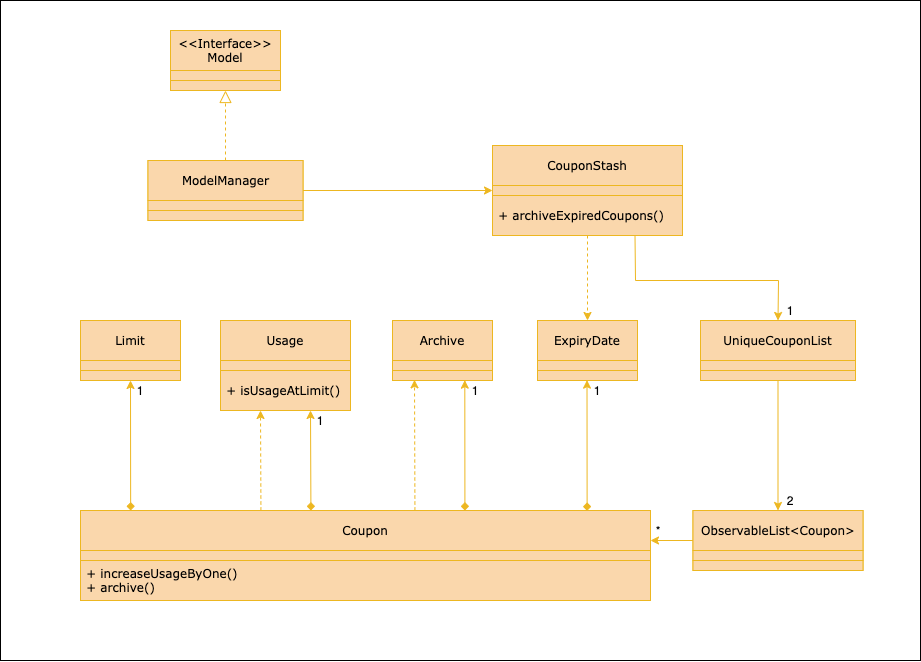
Before: docs/images/ArchivingClassDiagram.png, a diagram exported from draw.io (nus-cs2103-AY1920S2/addressbook-level3). Source tidied: cells renumbered, new cells last; positions are measured from the earlier drawing's top-left corner, leaving out a move shared by most shapes. Its diagram source:
```xml
<mxGraphModel background="#ffffff">
  <root>
    <mxCell id="0" />
    <mxCell id="1" parent="0" />
    <mxCell id="2" value="t" style="rounded=0;whiteSpace=wrap;html=1;fontFamily=Verdana;" parent="1" vertex="1">
      <mxGeometry width="920" height="660" as="geometry" />
    </mxCell>
    <mxCell id="3" value="&amp;lt;&amp;lt;Interface&amp;gt;&amp;gt;&lt;br&gt;Model" style="text;html=1;strokeColor=#EDB721;fillColor=#fad7ac;align=center;verticalAlign=middle;whiteSpace=wrap;rounded=0;fontFamily=Verdana;shadow=0;" parent="1" vertex="1">
      <mxGeometry x="170" y="30" width="110" height="40" as="geometry" />
    </mxCell>
    <mxCell id="4" style="endArrow=block;html=1;fontColor=#FFFFFF;entryX=0.5;entryY=1;entryDx=0;entryDy=0;endFill=0;startSize=7;endSize=10;fontFamily=Verdana;dashed=1;fillColor=#fad7ac;strokeColor=#EDB721;shadow=0;" parent="1" edge="1" target="7">
      <mxGeometry relative="1" as="geometry">
        <mxPoint x="225" y="160" as="sourcePoint" />
      </mxGeometry>
    </mxCell>
    <mxCell id="5" style="endArrow=classic;html=1;fontColor=#FFFFFF;exitX=1;exitY=0.75;exitDx=0;exitDy=0;fontFamily=Verdana;entryX=0;entryY=0.5;entryDx=0;entryDy=0;fillColor=#fad7ac;strokeColor=#EDB721;shadow=0;" parent="1" edge="1" source="13" target="10">
      <mxGeometry relative="1" as="geometry" />
    </mxCell>
    <mxCell id="6" style="text;html=1;strokeColor=#EDB721;fillColor=#fad7ac;align=center;verticalAlign=middle;whiteSpace=wrap;rounded=0;fontFamily=Verdana;shadow=0;" parent="1" vertex="1">
      <mxGeometry x="170" y="70" width="110" height="10" as="geometry" />
    </mxCell>
    <mxCell id="7" style="text;html=1;strokeColor=#EDB721;fillColor=#fad7ac;align=center;verticalAlign=middle;whiteSpace=wrap;rounded=0;fontFamily=Verdana;shadow=0;" parent="1" vertex="1">
      <mxGeometry x="170" y="80" width="110" height="10" as="geometry" />
    </mxCell>
    <mxCell id="8" style="group;fillColor=#fad7ac;strokeColor=#EDB721;shadow=0;" parent="1" vertex="1">
      <mxGeometry x="492" y="145" width="190" height="90" as="geometry" />
    </mxCell>
    <mxCell id="9" value="CouponStash" style="text;html=1;strokeColor=#EDB721;fillColor=#fad7ac;align=center;verticalAlign=middle;whiteSpace=wrap;rounded=0;fontFamily=Verdana;shadow=0;" parent="8" vertex="1">
      <mxGeometry width="190" height="40" as="geometry" />
    </mxCell>
    <mxCell id="10" style="text;html=1;strokeColor=#EDB721;fillColor=#fad7ac;align=center;verticalAlign=middle;whiteSpace=wrap;rounded=0;fontFamily=Verdana;shadow=0;" parent="8" vertex="1">
      <mxGeometry y="40" width="190" height="10" as="geometry" />
    </mxCell>
    <mxCell id="11" value="&amp;nbsp;+ archiveExpiredCoupons()" style="text;html=1;strokeColor=#EDB721;fillColor=#fad7ac;align=left;verticalAlign=middle;whiteSpace=wrap;rounded=0;fontFamily=Verdana;shadow=0;" parent="8" vertex="1">
      <mxGeometry y="50" width="190" height="40" as="geometry" />
    </mxCell>
    <mxCell id="12" style="group;fillColor=#fad7ac;strokeColor=#EDB721;shadow=0;" parent="1" vertex="1">
      <mxGeometry x="147.5" y="160" width="155" height="60" as="geometry" />
    </mxCell>
    <mxCell id="13" value="ModelManager" style="text;html=1;strokeColor=#EDB721;fillColor=#fad7ac;align=center;verticalAlign=middle;whiteSpace=wrap;rounded=0;fontFamily=Verdana;shadow=0;" parent="12" vertex="1">
      <mxGeometry width="155" height="40" as="geometry" />
    </mxCell>
    <mxCell id="14" style="text;html=1;strokeColor=#EDB721;fillColor=#fad7ac;align=center;verticalAlign=middle;whiteSpace=wrap;rounded=0;fontFamily=Verdana;shadow=0;" parent="12" vertex="1">
      <mxGeometry y="40" width="155" height="10" as="geometry" />
    </mxCell>
    <mxCell id="15" style="text;html=1;strokeColor=#EDB721;fillColor=#fad7ac;align=center;verticalAlign=middle;whiteSpace=wrap;rounded=0;fontFamily=Verdana;shadow=0;" parent="12" vertex="1">
      <mxGeometry y="50" width="155" height="10" as="geometry" />
    </mxCell>
    <mxCell id="16" style="group;fillColor=#fad7ac;strokeColor=#EDB721;shadow=0;" parent="1" vertex="1">
      <mxGeometry x="700" y="320" width="155" height="60" as="geometry" />
    </mxCell>
    <mxCell id="17" value="UniqueCouponList" style="text;html=1;strokeColor=#EDB721;fillColor=#fad7ac;align=center;verticalAlign=middle;whiteSpace=wrap;rounded=0;fontFamily=Verdana;shadow=0;" parent="16" vertex="1">
      <mxGeometry width="155" height="40" as="geometry" />
    </mxCell>
    <mxCell id="18" style="text;html=1;strokeColor=#EDB721;fillColor=#fad7ac;align=center;verticalAlign=middle;whiteSpace=wrap;rounded=0;fontFamily=Verdana;shadow=0;" parent="16" vertex="1">
      <mxGeometry y="40" width="155" height="10" as="geometry" />
    </mxCell>
    <mxCell id="19" style="text;html=1;strokeColor=#EDB721;fillColor=#fad7ac;align=center;verticalAlign=middle;whiteSpace=wrap;rounded=0;fontFamily=Verdana;shadow=0;" parent="16" vertex="1">
      <mxGeometry y="50" width="155" height="10" as="geometry" />
    </mxCell>
    <mxCell id="20" style="endArrow=classic;html=1;fontColor=#FFFFFF;exitX=0.75;exitY=1;exitDx=0;exitDy=0;fontFamily=Verdana;entryX=0.5;entryY=0;entryDx=0;entryDy=0;fillColor=#fad7ac;strokeColor=#EDB721;rounded=0;shadow=0;" parent="1" edge="1" source="11" target="17">
      <mxGeometry relative="1" as="geometry">
        <Array as="points">
          <mxPoint x="635" y="280" />
          <mxPoint x="778" y="280" />
        </Array>
      </mxGeometry>
    </mxCell>
    <mxCell id="21" style="group;fillColor=#fad7ac;strokeColor=#EDB721;shadow=0;" parent="1" vertex="1">
      <mxGeometry x="537" y="320" width="100" height="60" as="geometry" />
    </mxCell>
    <mxCell id="22" value="ExpiryDate" style="text;html=1;strokeColor=#EDB721;fillColor=#fad7ac;align=center;verticalAlign=middle;whiteSpace=wrap;rounded=0;fontFamily=Verdana;shadow=0;" parent="21" vertex="1">
      <mxGeometry width="100" height="40" as="geometry" />
    </mxCell>
    <mxCell id="23" style="text;html=1;strokeColor=#EDB721;fillColor=#fad7ac;align=center;verticalAlign=middle;whiteSpace=wrap;rounded=0;fontFamily=Verdana;shadow=0;" parent="21" vertex="1">
      <mxGeometry y="40" width="100" height="10" as="geometry" />
    </mxCell>
    <mxCell id="24" style="text;html=1;strokeColor=#EDB721;fillColor=#fad7ac;align=center;verticalAlign=middle;whiteSpace=wrap;rounded=0;fontFamily=Verdana;shadow=0;" parent="21" vertex="1">
      <mxGeometry y="50" width="100" height="10" as="geometry" />
    </mxCell>
    <mxCell id="25" style="endArrow=classic;html=1;fontColor=#FFFFFF;exitX=0.5;exitY=1;exitDx=0;exitDy=0;fontFamily=Verdana;fillColor=#fad7ac;strokeColor=#EDB721;dashed=1;shadow=0;" parent="1" edge="1" source="11" target="22">
      <mxGeometry relative="1" as="geometry" />
    </mxCell>
    <mxCell id="26" style="group;fillColor=#fad7ac;strokeColor=#EDB721;shadow=0;" parent="1" vertex="1">
      <mxGeometry x="392" y="320" width="100" height="60" as="geometry" />
    </mxCell>
    <mxCell id="27" value="Archive" style="text;html=1;strokeColor=#EDB721;fillColor=#fad7ac;align=center;verticalAlign=middle;whiteSpace=wrap;rounded=0;fontFamily=Verdana;shadow=0;" parent="26" vertex="1">
      <mxGeometry width="100" height="40" as="geometry" />
    </mxCell>
    <mxCell id="28" style="text;html=1;strokeColor=#EDB721;fillColor=#fad7ac;align=center;verticalAlign=middle;whiteSpace=wrap;rounded=0;fontFamily=Verdana;shadow=0;" parent="26" vertex="1">
      <mxGeometry y="40" width="100" height="10" as="geometry" />
    </mxCell>
    <mxCell id="29" style="text;html=1;strokeColor=#EDB721;fillColor=#fad7ac;align=center;verticalAlign=middle;whiteSpace=wrap;rounded=0;fontFamily=Verdana;shadow=0;" parent="26" vertex="1">
      <mxGeometry y="50" width="100" height="10" as="geometry" />
    </mxCell>
    <mxCell id="30" style="group;fillColor=#fad7ac;strokeColor=#EDB721;shadow=0;" parent="1" vertex="1">
      <mxGeometry x="220" y="320" width="130" height="90" as="geometry" />
    </mxCell>
    <mxCell id="31" value="Usage" style="text;html=1;strokeColor=#EDB721;fillColor=#fad7ac;align=center;verticalAlign=middle;whiteSpace=wrap;rounded=0;fontFamily=Verdana;shadow=0;" parent="30" vertex="1">
      <mxGeometry width="130" height="40" as="geometry" />
    </mxCell>
    <mxCell id="32" style="text;html=1;strokeColor=#EDB721;fillColor=#fad7ac;align=center;verticalAlign=middle;whiteSpace=wrap;rounded=0;fontFamily=Verdana;shadow=0;" parent="30" vertex="1">
      <mxGeometry y="40" width="130" height="10" as="geometry" />
    </mxCell>
    <mxCell id="33" value="&amp;nbsp;+ isUsageAtLimit()" style="text;html=1;strokeColor=#EDB721;fillColor=#fad7ac;align=left;verticalAlign=middle;whiteSpace=wrap;rounded=0;fontFamily=Verdana;shadow=0;" parent="30" vertex="1">
      <mxGeometry y="50" width="130" height="40" as="geometry" />
    </mxCell>
    <mxCell id="34" style="group;fillColor=#fad7ac;strokeColor=#EDB721;shadow=0;" parent="1" vertex="1">
      <mxGeometry x="80" y="320" width="100" height="60" as="geometry" />
    </mxCell>
    <mxCell id="35" value="Limit" style="text;html=1;strokeColor=#EDB721;fillColor=#fad7ac;align=center;verticalAlign=middle;whiteSpace=wrap;rounded=0;fontFamily=Verdana;shadow=0;" parent="34" vertex="1">
      <mxGeometry width="100" height="40" as="geometry" />
    </mxCell>
    <mxCell id="36" style="text;html=1;strokeColor=#EDB721;fillColor=#fad7ac;align=center;verticalAlign=middle;whiteSpace=wrap;rounded=0;fontFamily=Verdana;shadow=0;" parent="34" vertex="1">
      <mxGeometry y="40" width="100" height="10" as="geometry" />
    </mxCell>
    <mxCell id="37" style="text;html=1;strokeColor=#EDB721;fillColor=#fad7ac;align=center;verticalAlign=middle;whiteSpace=wrap;rounded=0;fontFamily=Verdana;shadow=0;" parent="34" vertex="1">
      <mxGeometry y="50" width="100" height="10" as="geometry" />
    </mxCell>
    <mxCell id="38" style="group;fillColor=#fad7ac;strokeColor=#EDB721;shadow=0;" parent="1" vertex="1">
      <mxGeometry x="80" y="510" width="570" height="90" as="geometry" />
    </mxCell>
    <mxCell id="39" value="Coupon" style="text;html=1;strokeColor=#EDB721;fillColor=#fad7ac;align=center;verticalAlign=middle;whiteSpace=wrap;rounded=0;fontFamily=Verdana;shadow=0;" parent="38" vertex="1">
      <mxGeometry width="570" height="40" as="geometry" />
    </mxCell>
    <mxCell id="40" style="text;html=1;strokeColor=#EDB721;fillColor=#fad7ac;align=center;verticalAlign=middle;whiteSpace=wrap;rounded=0;fontFamily=Verdana;shadow=0;" parent="38" vertex="1">
      <mxGeometry y="40" width="570" height="10" as="geometry" />
    </mxCell>
    <mxCell id="41" value="&amp;nbsp;+ increaseUsageByOne()&lt;br&gt;&amp;nbsp;+ archive()" style="text;html=1;strokeColor=#EDB721;fillColor=#fad7ac;align=left;verticalAlign=middle;whiteSpace=wrap;rounded=0;fontFamily=Verdana;shadow=0;" parent="38" vertex="1">
      <mxGeometry y="50" width="570" height="40" as="geometry" />
    </mxCell>
    <mxCell id="42" style="endArrow=classic;html=1;fontColor=#FFFFFF;exitX=0.088;exitY=0;exitDx=0;exitDy=0;fontFamily=Verdana;entryX=0.5;entryY=1;entryDx=0;entryDy=0;fillColor=#fad7ac;strokeColor=#EDB721;exitPerimeter=0;startArrow=diamond;startFill=1;shadow=0;" parent="1" edge="1" source="39" target="37">
      <mxGeometry relative="1" as="geometry" />
    </mxCell>
    <mxCell id="43" style="endArrow=classic;html=1;fontColor=#FFFFFF;fontFamily=Verdana;entryX=0.5;entryY=1;entryDx=0;entryDy=0;fillColor=#fad7ac;strokeColor=#EDB721;startArrow=diamond;startFill=1;shadow=0;" parent="1" edge="1">
      <mxGeometry relative="1" as="geometry">
        <mxPoint x="310.4" y="510" as="sourcePoint" />
        <mxPoint x="310" y="410" as="targetPoint" />
      </mxGeometry>
    </mxCell>
    <mxCell id="44" style="endArrow=classic;html=1;fontColor=#FFFFFF;fontFamily=Verdana;entryX=0.5;entryY=1;entryDx=0;entryDy=0;fillColor=#fad7ac;strokeColor=#EDB721;dashed=1;shadow=0;" parent="1" edge="1">
      <mxGeometry relative="1" as="geometry">
        <mxPoint x="260.4" y="510" as="sourcePoint" />
        <mxPoint x="260" y="410" as="targetPoint" />
      </mxGeometry>
    </mxCell>
    <mxCell id="45" style="endArrow=classic;html=1;fontColor=#FFFFFF;fontFamily=Verdana;entryX=0.723;entryY=0.967;entryDx=0;entryDy=0;fillColor=#fad7ac;strokeColor=#EDB721;entryPerimeter=0;startArrow=diamond;startFill=1;shadow=0;" parent="1" edge="1" target="29">
      <mxGeometry relative="1" as="geometry">
        <mxPoint x="464.4" y="510" as="sourcePoint" />
      </mxGeometry>
    </mxCell>
    <mxCell id="46" style="endArrow=classic;html=1;fontColor=#FFFFFF;fontFamily=Verdana;entryX=0.22;entryY=0.933;entryDx=0;entryDy=0;fillColor=#fad7ac;strokeColor=#EDB721;dashed=1;entryPerimeter=0;shadow=0;" parent="1" edge="1" target="29">
      <mxGeometry relative="1" as="geometry">
        <mxPoint x="414.4" y="510" as="sourcePoint" />
      </mxGeometry>
    </mxCell>
    <mxCell id="47" style="endArrow=classic;html=1;fontColor=#FFFFFF;fontFamily=Verdana;entryX=0.495;entryY=0.965;entryDx=0;entryDy=0;fillColor=#fad7ac;strokeColor=#EDB721;entryPerimeter=0;startArrow=diamond;startFill=1;shadow=0;" parent="1" edge="1" target="24">
      <mxGeometry relative="1" as="geometry">
        <mxPoint x="586.6" y="510.3" as="sourcePoint" />
      </mxGeometry>
    </mxCell>
    <mxCell id="48" style="group;fillColor=#fad7ac;strokeColor=#EDB721;shadow=0;" parent="1" vertex="1">
      <mxGeometry x="692.5" y="510" width="170" height="60" as="geometry" />
    </mxCell>
    <mxCell id="49" value="ObservableList&amp;lt;Coupon&amp;gt;" style="text;html=1;strokeColor=#EDB721;fillColor=#fad7ac;align=center;verticalAlign=middle;whiteSpace=wrap;rounded=0;fontFamily=Verdana;shadow=0;" parent="48" vertex="1">
      <mxGeometry width="170" height="40" as="geometry" />
    </mxCell>
    <mxCell id="50" style="text;html=1;strokeColor=#EDB721;fillColor=#fad7ac;align=center;verticalAlign=middle;whiteSpace=wrap;rounded=0;fontFamily=Verdana;shadow=0;" parent="48" vertex="1">
      <mxGeometry y="40" width="170" height="10" as="geometry" />
    </mxCell>
    <mxCell id="51" style="text;html=1;strokeColor=#EDB721;fillColor=#fad7ac;align=center;verticalAlign=middle;whiteSpace=wrap;rounded=0;fontFamily=Verdana;shadow=0;" parent="48" vertex="1">
      <mxGeometry y="50" width="170" height="10" as="geometry" />
    </mxCell>
    <mxCell id="52" style="endArrow=classic;html=1;fontColor=#FFFFFF;fontFamily=Verdana;entryX=0.5;entryY=0;entryDx=0;entryDy=0;fillColor=#fad7ac;strokeColor=#EDB721;exitX=0.5;exitY=1;exitDx=0;exitDy=0;shadow=0;" parent="1" edge="1" source="19" target="49">
      <mxGeometry relative="1" as="geometry" />
    </mxCell>
    <mxCell id="53" style="endArrow=classic;html=1;fontColor=#FFFFFF;fontFamily=Verdana;entryX=1;entryY=0.75;entryDx=0;entryDy=0;fillColor=#fad7ac;strokeColor=#EDB721;exitX=0;exitY=0.75;exitDx=0;exitDy=0;shadow=0;" parent="1" edge="1" source="49" target="39">
      <mxGeometry relative="1" as="geometry" />
    </mxCell>
    <mxCell id="54" value="1" style="text;html=1;fillColor=none;align=center;verticalAlign=middle;whiteSpace=wrap;rounded=0;shadow=0;" parent="1" vertex="1">
      <mxGeometry x="780" y="300" width="20" height="20" as="geometry" />
    </mxCell>
    <mxCell id="55" value="2" style="text;html=1;fillColor=none;align=center;verticalAlign=middle;whiteSpace=wrap;rounded=0;shadow=0;" parent="1" vertex="1">
      <mxGeometry x="780" y="490" width="20" height="20" as="geometry" />
    </mxCell>
    <mxCell id="56" value="*" style="text;html=1;fillColor=none;align=center;verticalAlign=middle;whiteSpace=wrap;rounded=0;shadow=0;" parent="1" vertex="1">
      <mxGeometry x="648" y="520" width="20" height="20" as="geometry" />
    </mxCell>
    <mxCell id="57" value="1" style="text;html=1;fillColor=none;align=center;verticalAlign=middle;whiteSpace=wrap;rounded=0;shadow=0;" parent="1" vertex="1">
      <mxGeometry x="587" y="380" width="20" height="20" as="geometry" />
    </mxCell>
    <mxCell id="58" value="1" style="text;html=1;fillColor=none;align=center;verticalAlign=middle;whiteSpace=wrap;rounded=0;shadow=0;" parent="1" vertex="1">
      <mxGeometry x="465" y="380" width="20" height="20" as="geometry" />
    </mxCell>
    <mxCell id="59" value="1" style="text;html=1;fillColor=none;align=center;verticalAlign=middle;whiteSpace=wrap;rounded=0;shadow=0;" parent="1" vertex="1">
      <mxGeometry x="310" y="410" width="20" height="20" as="geometry" />
    </mxCell>
    <mxCell id="60" value="1" style="text;html=1;fillColor=none;align=center;verticalAlign=middle;whiteSpace=wrap;rounded=0;shadow=0;" parent="1" vertex="1">
      <mxGeometry x="130" y="380" width="20" height="20" as="geometry" />
    </mxCell>
  </root>
</mxGraphModel>
```
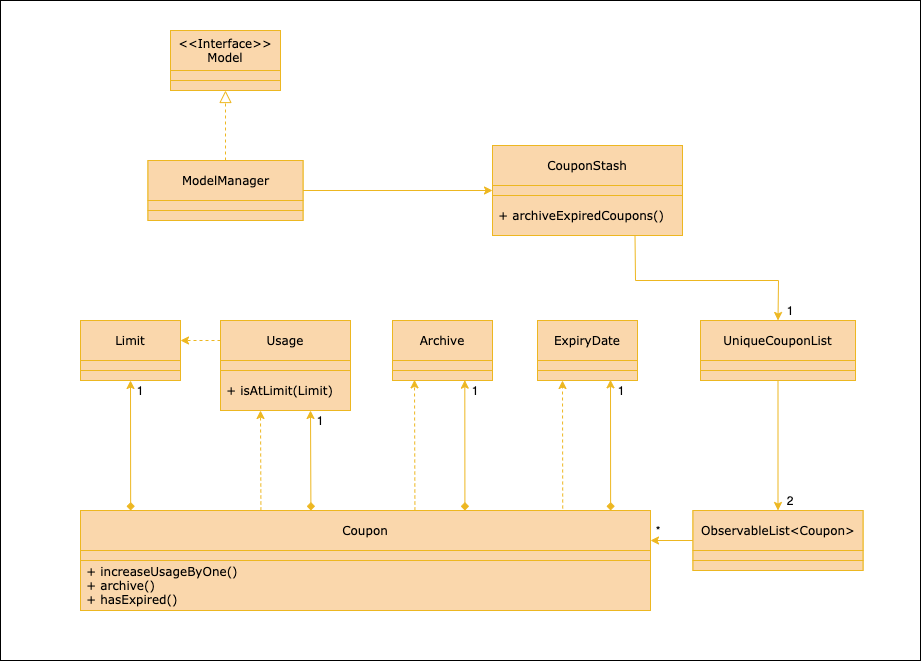
The same diagram one commit later.

Diff of the diagram source:
```diff
@@ -78,7 +78,7 @@
     <mxCell id="24" style="text;html=1;strokeColor=#EDB721;fillColor=#fad7ac;align=center;verticalAlign=middle;whiteSpace=wrap;rounded=0;fontFamily=Verdana;shadow=0;" parent="21" vertex="1">
       <mxGeometry y="50" width="100" height="10" as="geometry" />
     </mxCell>
-    <mxCell id="25" style="endArrow=classic;html=1;fontColor=#FFFFFF;exitX=0.5;exitY=1;exitDx=0;exitDy=0;fontFamily=Verdana;fillColor=#fad7ac;strokeColor=#EDB721;dashed=1;shadow=0;" parent="1" edge="1" source="11" target="22">
+    <mxCell id="25" style="endArrow=classic;html=1;fontColor=#FFFFFF;exitX=0.846;exitY=-0.05;exitDx=0;exitDy=0;fontFamily=Verdana;fillColor=#fad7ac;strokeColor=#EDB721;dashed=1;shadow=0;entryX=0.25;entryY=1;entryDx=0;entryDy=0;exitPerimeter=0;" parent="1" edge="1" source="39" target="24">
       <mxGeometry relative="1" as="geometry" />
     </mxCell>
     <mxCell id="26" style="group;fillColor=#fad7ac;strokeColor=#EDB721;shadow=0;" parent="1" vertex="1">
@@ -102,7 +102,7 @@
     <mxCell id="32" style="text;html=1;strokeColor=#EDB721;fillColor=#fad7ac;align=center;verticalAlign=middle;whiteSpace=wrap;rounded=0;fontFamily=Verdana;shadow=0;" parent="30" vertex="1">
       <mxGeometry y="40" width="130" height="10" as="geometry" />
     </mxCell>
-    <mxCell id="33" value="&amp;nbsp;+ isUsageAtLimit()" style="text;html=1;strokeColor=#EDB721;fillColor=#fad7ac;align=left;verticalAlign=middle;whiteSpace=wrap;rounded=0;fontFamily=Verdana;shadow=0;" parent="30" vertex="1">
+    <mxCell id="33" value="&amp;nbsp;+ isAtLimit(Limit)" style="text;html=1;strokeColor=#EDB721;fillColor=#fad7ac;align=left;verticalAlign=middle;whiteSpace=wrap;rounded=0;fontFamily=Verdana;shadow=0;" parent="30" vertex="1">
       <mxGeometry y="50" width="130" height="40" as="geometry" />
     </mxCell>
     <mxCell id="34" style="group;fillColor=#fad7ac;strokeColor=#EDB721;shadow=0;" parent="1" vertex="1">
@@ -118,7 +118,7 @@
       <mxGeometry y="50" width="100" height="10" as="geometry" />
     </mxCell>
     <mxCell id="38" style="group;fillColor=#fad7ac;strokeColor=#EDB721;shadow=0;" parent="1" vertex="1">
-      <mxGeometry x="80" y="510" width="570" height="90" as="geometry" />
+      <mxGeometry x="80" y="510" width="570" height="100" as="geometry" />
     </mxCell>
     <mxCell id="39" value="Coupon" style="text;html=1;strokeColor=#EDB721;fillColor=#fad7ac;align=center;verticalAlign=middle;whiteSpace=wrap;rounded=0;fontFamily=Verdana;shadow=0;" parent="38" vertex="1">
       <mxGeometry width="570" height="40" as="geometry" />
@@ -126,8 +126,8 @@
     <mxCell id="40" style="text;html=1;strokeColor=#EDB721;fillColor=#fad7ac;align=center;verticalAlign=middle;whiteSpace=wrap;rounded=0;fontFamily=Verdana;shadow=0;" parent="38" vertex="1">
       <mxGeometry y="40" width="570" height="10" as="geometry" />
     </mxCell>
-    <mxCell id="41" value="&amp;nbsp;+ increaseUsageByOne()&lt;br&gt;&amp;nbsp;+ archive()" style="text;html=1;strokeColor=#EDB721;fillColor=#fad7ac;align=left;verticalAlign=middle;whiteSpace=wrap;rounded=0;fontFamily=Verdana;shadow=0;" parent="38" vertex="1">
-      <mxGeometry y="50" width="570" height="40" as="geometry" />
+    <mxCell id="41" value="&amp;nbsp;+ increaseUsageByOne()&lt;br&gt;&amp;nbsp;+ archive()&lt;br&gt;&amp;nbsp;+ hasExpired()" style="text;html=1;strokeColor=#EDB721;fillColor=#fad7ac;align=left;verticalAlign=middle;whiteSpace=wrap;rounded=0;fontFamily=Verdana;shadow=0;" parent="38" vertex="1">
+      <mxGeometry y="50" width="570" height="50" as="geometry" />
     </mxCell>
     <mxCell id="42" style="endArrow=classic;html=1;fontColor=#FFFFFF;exitX=0.088;exitY=0;exitDx=0;exitDy=0;fontFamily=Verdana;entryX=0.5;entryY=1;entryDx=0;entryDy=0;fillColor=#fad7ac;strokeColor=#EDB721;exitPerimeter=0;startArrow=diamond;startFill=1;shadow=0;" parent="1" edge="1" source="39" target="37">
       <mxGeometry relative="1" as="geometry" />
@@ -154,9 +154,10 @@
         <mxPoint x="414.4" y="510" as="sourcePoint" />
       </mxGeometry>
     </mxCell>
-    <mxCell id="47" style="endArrow=classic;html=1;fontColor=#FFFFFF;fontFamily=Verdana;entryX=0.495;entryY=0.965;entryDx=0;entryDy=0;fillColor=#fad7ac;strokeColor=#EDB721;entryPerimeter=0;startArrow=diamond;startFill=1;shadow=0;" parent="1" edge="1" target="24">
+    <mxCell id="47" style="endArrow=classic;html=1;fontColor=#FFFFFF;fontFamily=Verdana;entryX=0.495;entryY=0.965;entryDx=0;entryDy=0;fillColor=#fad7ac;strokeColor=#EDB721;entryPerimeter=0;startArrow=diamond;startFill=1;shadow=0;" parent="1" edge="1">
       <mxGeometry relative="1" as="geometry">
-        <mxPoint x="586.6" y="510.3" as="sourcePoint" />
+        <mxPoint x="610.1" y="510" as="sourcePoint" />
+        <mxPoint x="610" y="379.3" as="targetPoint" />
       </mxGeometry>
     </mxCell>
     <mxCell id="48" style="group;fillColor=#fad7ac;strokeColor=#EDB721;shadow=0;" parent="1" vertex="1">
@@ -187,7 +188,7 @@
       <mxGeometry x="648" y="520" width="20" height="20" as="geometry" />
     </mxCell>
     <mxCell id="57" value="1" style="text;html=1;fillColor=none;align=center;verticalAlign=middle;whiteSpace=wrap;rounded=0;shadow=0;" parent="1" vertex="1">
-      <mxGeometry x="587" y="380" width="20" height="20" as="geometry" />
+      <mxGeometry x="610.5" y="379.7" width="20" height="20" as="geometry" />
     </mxCell>
     <mxCell id="58" value="1" style="text;html=1;fillColor=none;align=center;verticalAlign=middle;whiteSpace=wrap;rounded=0;shadow=0;" parent="1" vertex="1">
       <mxGeometry x="465" y="380" width="20" height="20" as="geometry" />
@@ -198,5 +199,8 @@
     <mxCell id="60" value="1" style="text;html=1;fillColor=none;align=center;verticalAlign=middle;whiteSpace=wrap;rounded=0;shadow=0;" parent="1" vertex="1">
       <mxGeometry x="130" y="380" width="20" height="20" as="geometry" />
     </mxCell>
+    <mxCell id="61" style="endArrow=classic;html=1;fontColor=#FFFFFF;fontFamily=Verdana;entryX=1;entryY=0.5;entryDx=0;entryDy=0;fillColor=#fad7ac;strokeColor=#EDB721;dashed=1;shadow=0;" parent="1" edge="1" source="31" target="35">
+      <mxGeometry relative="1" as="geometry" />
+    </mxCell>
   </root>
 </mxGraphModel>
```
